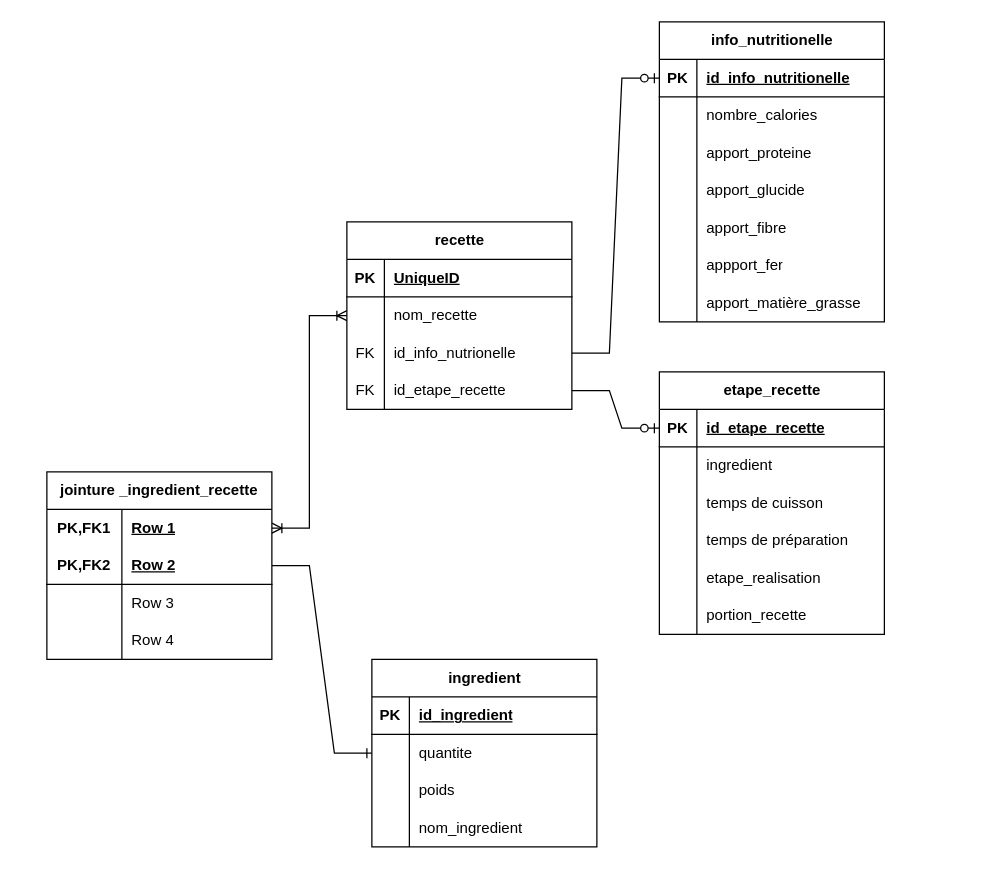
Above: Diagramme sans nom.drawio in franck-code/tests (draw.io), before the change. Source tidied: cells renumbered, new cells numbered last; positions are measured from the earlier drawing's top-left corner, leaving out a move shared by most shapes. Both pictures are drawn from the tidied source at 125%, with x=0, y=0 at pixel (46, 21).
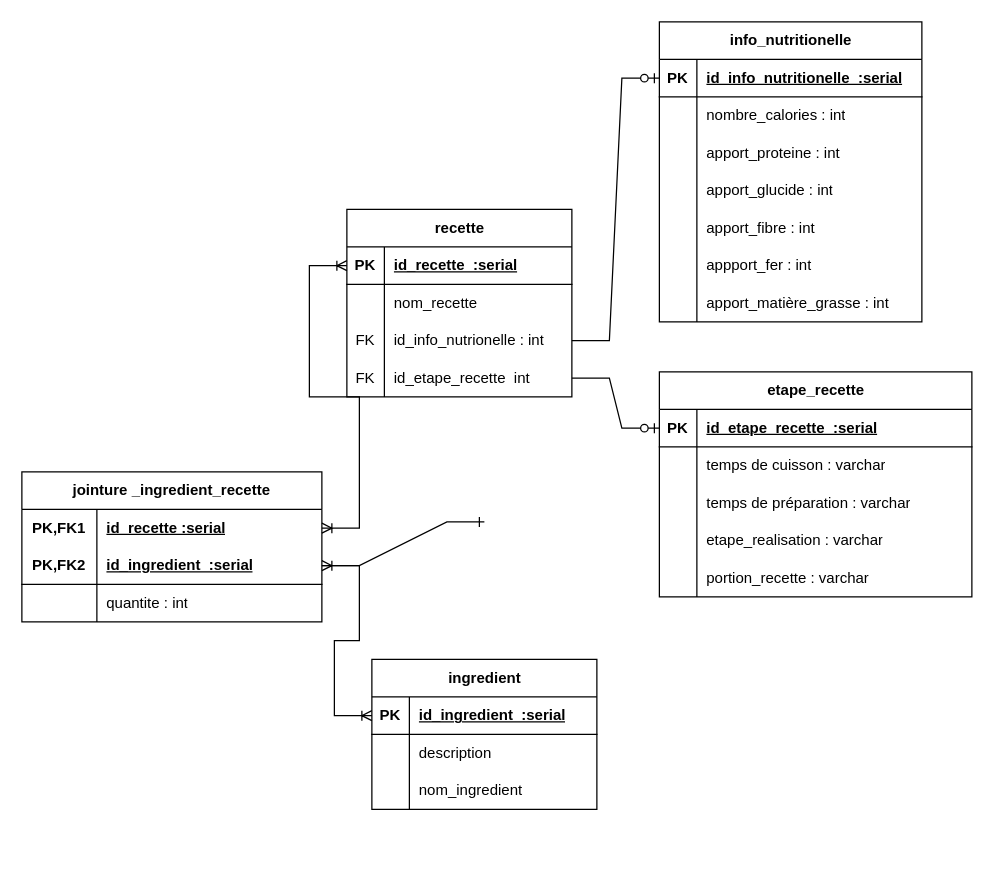
After the change.

Commit message:
Mettre à jour Diagramme sans nom.drawio

Unchanged cells that the change refers to:
```xml
<mxCell id="3" style="shape=tableRow;horizontal=0;startSize=0;swimlaneHead=0;swimlaneBody=0;fillColor=none;points=[[0,0.5],[1,0.5]];portConstraint=eastwest;top=0;left=0;right=0;bottom=1;" parent="2" vertex="1">
  <mxGeometry y="30" width="180" height="30" as="geometry" />
</mxCell>
<mxCell id="6" style="shape=tableRow;horizontal=0;startSize=0;swimlaneHead=0;swimlaneBody=0;fillColor=none;points=[[0,0.5],[1,0.5]];portConstraint=eastwest;top=0;left=0;right=0;bottom=0;" parent="2" vertex="1">
  <mxGeometry y="60" width="180" height="30" as="geometry" />
</mxCell>
<mxCell id="9" style="shape=tableRow;horizontal=0;startSize=0;swimlaneHead=0;swimlaneBody=0;fillColor=none;points=[[0,0.5],[1,0.5]];portConstraint=eastwest;top=0;left=0;right=0;bottom=0;" parent="2" vertex="1">
  <mxGeometry y="90" width="180" height="30" as="geometry" />
</mxCell>
<mxCell id="12" style="shape=tableRow;horizontal=0;startSize=0;swimlaneHead=0;swimlaneBody=0;fillColor=none;points=[[0,0.5],[1,0.5]];portConstraint=eastwest;top=0;left=0;right=0;bottom=0;" parent="2" vertex="1">
  <mxGeometry y="120" width="180" height="30" as="geometry" />
</mxCell>
<mxCell id="38" style="shape=tableRow;horizontal=0;startSize=0;swimlaneHead=0;swimlaneBody=0;fillColor=none;points=[[0,0.5],[1,0.5]];portConstraint=eastwest;top=0;left=0;right=0;bottom=1;" parent="37" vertex="1">
  <mxGeometry y="30" width="180" height="30" as="geometry" />
</mxCell>
```

Change to the diagram source:
```diff
@@
     <mxCell id="2" value="recette" style="shape=table;startSize=30;childLayout=tableLayout;rowLines=0;fontStyle=1;align=center;html=1;" parent="1" vertex="1">
-      <mxGeometry x="240" y="160" width="180" height="150" as="geometry" />
+      <mxGeometry x="240" y="150" width="180" height="150" as="geometry" />
     </mxCell>
@@
-    <mxCell id="5" value="UniqueID" style="shape=partialRectangle;fillColor=none;top=0;left=0;bottom=0;right=0;align=left;spacingLeft=6;fontStyle=5;overflow=hidden;whiteSpace=wrap;html=1;" parent="3" vertex="1">
+    <mxCell id="5" value="id_recette&amp;nbsp;&amp;nbsp;:serial" style="shape=partialRectangle;fillColor=none;top=0;left=0;bottom=0;right=0;align=left;spacingLeft=6;fontStyle=5;overflow=hidden;whiteSpace=wrap;html=1;" parent="3" vertex="1">
       <mxGeometry x="30" width="150" height="30" as="geometry" />
     </mxCell>
@@
-    <mxCell id="11" value="id_info_nutrionelle" style="shape=partialRectangle;fillColor=none;top=0;left=0;bottom=0;right=0;align=left;spacingLeft=6;overflow=hidden;whiteSpace=wrap;html=1;" parent="9" vertex="1">
+    <mxCell id="11" value="id_info_nutrionelle : int" style="shape=partialRectangle;fillColor=none;top=0;left=0;bottom=0;right=0;align=left;spacingLeft=6;overflow=hidden;whiteSpace=wrap;html=1;" parent="9" vertex="1">
       <mxGeometry x="30" width="150" height="30" as="geometry" />
     </mxCell>
@@
-    <mxCell id="14" value="id_etape_recette" style="shape=partialRectangle;fillColor=none;top=0;left=0;bottom=0;right=0;align=left;spacingLeft=6;overflow=hidden;whiteSpace=wrap;html=1;" parent="12" vertex="1">
+    <mxCell id="14" value="id_etape_recette&amp;nbsp; int" style="shape=partialRectangle;fillColor=none;top=0;left=0;bottom=0;right=0;align=left;spacingLeft=6;overflow=hidden;whiteSpace=wrap;html=1;" parent="12" vertex="1">
       <mxGeometry x="30" width="150" height="30" as="geometry" />
     </mxCell>
     <mxCell id="15" value="info_nutritionelle" style="shape=table;startSize=30;childLayout=tableLayout;rowLines=0;fontStyle=1;align=center;html=1;" parent="1" vertex="1">
-      <mxGeometry x="490" width="180" height="240" as="geometry" />
+      <mxGeometry x="490" width="210" height="240" as="geometry" />
     </mxCell>
     <mxCell id="16" style="shape=tableRow;horizontal=0;startSize=0;swimlaneHead=0;swimlaneBody=0;fillColor=none;points=[[0,0.5],[1,0.5]];portConstraint=eastwest;top=0;left=0;right=0;bottom=1;" parent="15" vertex="1">
-      <mxGeometry y="30" width="180" height="30" as="geometry" />
+      <mxGeometry y="30" width="210" height="30" as="geometry" />
     </mxCell>
@@
-    <mxCell id="18" value="id_info_nutritionelle" style="shape=partialRectangle;fillColor=none;top=0;left=0;bottom=0;right=0;align=left;spacingLeft=6;fontStyle=5;overflow=hidden;whiteSpace=wrap;html=1;" parent="16" vertex="1">
-      <mxGeometry x="30" width="150" height="30" as="geometry" />
+    <mxCell id="18" value="id_info_nutritionelle&amp;nbsp;&amp;nbsp;:serial" style="shape=partialRectangle;fillColor=none;top=0;left=0;bottom=0;right=0;align=left;spacingLeft=6;fontStyle=5;overflow=hidden;whiteSpace=wrap;html=1;" parent="16" vertex="1">
+      <mxGeometry x="30" width="180" height="30" as="geometry" />
     </mxCell>
     <mxCell id="19" style="shape=tableRow;horizontal=0;startSize=0;swimlaneHead=0;swimlaneBody=0;fillColor=none;top=0;left=0;right=0;bottom=0;" parent="15" vertex="1">
-      <mxGeometry y="60" width="180" height="30" as="geometry" />
+      <mxGeometry y="60" width="210" height="30" as="geometry" />
     </mxCell>
@@
-    <mxCell id="21" value="nombre_calories" style="shape=partialRectangle;fillColor=none;top=0;left=0;bottom=0;right=0;align=left;spacingLeft=6;overflow=hidden;whiteSpace=wrap;html=1;" parent="19" vertex="1">
-      <mxGeometry x="30" width="150" height="30" as="geometry" />
+    <mxCell id="21" value="nombre_calories : int" style="shape=partialRectangle;fillColor=none;top=0;left=0;bottom=0;right=0;align=left;spacingLeft=6;overflow=hidden;whiteSpace=wrap;html=1;" parent="19" vertex="1">
+      <mxGeometry x="30" width="180" height="30" as="geometry" />
     </mxCell>
     <mxCell id="22" style="shape=tableRow;horizontal=0;startSize=0;swimlaneHead=0;swimlaneBody=0;fillColor=none;top=0;left=0;right=0;bottom=0;" parent="15" vertex="1">
-      <mxGeometry y="90" width="180" height="30" as="geometry" />
+      <mxGeometry y="90" width="210" height="30" as="geometry" />
     </mxCell>
@@
-    <mxCell id="24" value="apport_proteine" style="shape=partialRectangle;fillColor=none;top=0;left=0;bottom=0;right=0;align=left;spacingLeft=6;overflow=hidden;whiteSpace=wrap;html=1;" parent="22" vertex="1">
-      <mxGeometry x="30" width="150" height="30" as="geometry" />
+    <mxCell id="24" value="apport_proteine : int" style="shape=partialRectangle;fillColor=none;top=0;left=0;bottom=0;right=0;align=left;spacingLeft=6;overflow=hidden;whiteSpace=wrap;html=1;" parent="22" vertex="1">
+      <mxGeometry x="30" width="180" height="30" as="geometry" />
     </mxCell>
     <mxCell id="25" style="shape=tableRow;horizontal=0;startSize=0;swimlaneHead=0;swimlaneBody=0;fillColor=none;top=0;left=0;right=0;bottom=0;" parent="15" vertex="1">
-      <mxGeometry y="120" width="180" height="30" as="geometry" />
+      <mxGeometry y="120" width="210" height="30" as="geometry" />
     </mxCell>
@@
-    <mxCell id="27" value="apport_glucide" style="shape=partialRectangle;fillColor=none;top=0;left=0;bottom=0;right=0;align=left;spacingLeft=6;overflow=hidden;whiteSpace=wrap;html=1;" parent="25" vertex="1">
-      <mxGeometry x="30" width="150" height="30" as="geometry" />
+    <mxCell id="27" value="apport_glucide : int" style="shape=partialRectangle;fillColor=none;top=0;left=0;bottom=0;right=0;align=left;spacingLeft=6;overflow=hidden;whiteSpace=wrap;html=1;" parent="25" vertex="1">
+      <mxGeometry x="30" width="180" height="30" as="geometry" />
     </mxCell>
     <mxCell id="28" style="shape=tableRow;horizontal=0;startSize=0;swimlaneHead=0;swimlaneBody=0;fillColor=none;top=0;left=0;right=0;bottom=0;" parent="15" vertex="1">
-      <mxGeometry y="150" width="180" height="30" as="geometry" />
+      <mxGeometry y="150" width="210" height="30" as="geometry" />
     </mxCell>
@@
-    <mxCell id="30" value="apport_fibre" style="shape=partialRectangle;fillColor=none;top=0;left=0;bottom=0;right=0;align=left;spacingLeft=6;overflow=hidden;whiteSpace=wrap;html=1;" parent="28" vertex="1">
-      <mxGeometry x="30" width="150" height="30" as="geometry" />
+    <mxCell id="30" value="apport_fibre : int" style="shape=partialRectangle;fillColor=none;top=0;left=0;bottom=0;right=0;align=left;spacingLeft=6;overflow=hidden;whiteSpace=wrap;html=1;" parent="28" vertex="1">
+      <mxGeometry x="30" width="180" height="30" as="geometry" />
     </mxCell>
     <mxCell id="31" style="shape=tableRow;horizontal=0;startSize=0;swimlaneHead=0;swimlaneBody=0;fillColor=none;top=0;left=0;right=0;bottom=0;" parent="15" vertex="1">
-      <mxGeometry y="180" width="180" height="30" as="geometry" />
+      <mxGeometry y="180" width="210" height="30" as="geometry" />
     </mxCell>
@@
-    <mxCell id="33" value="appport_fer" style="shape=partialRectangle;fillColor=none;top=0;left=0;bottom=0;right=0;align=left;spacingLeft=6;overflow=hidden;whiteSpace=wrap;html=1;" parent="31" vertex="1">
-      <mxGeometry x="30" width="150" height="30" as="geometry" />
+    <mxCell id="33" value="appport_fer : int" style="shape=partialRectangle;fillColor=none;top=0;left=0;bottom=0;right=0;align=left;spacingLeft=6;overflow=hidden;whiteSpace=wrap;html=1;" parent="31" vertex="1">
+      <mxGeometry x="30" width="180" height="30" as="geometry" />
     </mxCell>
     <mxCell id="34" style="shape=tableRow;horizontal=0;startSize=0;swimlaneHead=0;swimlaneBody=0;fillColor=none;top=0;left=0;right=0;bottom=0;" parent="15" vertex="1">
-      <mxGeometry y="210" width="180" height="30" as="geometry" />
+      <mxGeometry y="210" width="210" height="30" as="geometry" />
     </mxCell>
@@
-    <mxCell id="36" value="apport_matière_grasse" style="shape=partialRectangle;fillColor=none;top=0;left=0;bottom=0;right=0;align=left;spacingLeft=6;overflow=hidden;whiteSpace=wrap;html=1;" parent="34" vertex="1">
-      <mxGeometry x="30" width="150" height="30" as="geometry" />
+    <mxCell id="36" value="apport_matière_grasse : int" style="shape=partialRectangle;fillColor=none;top=0;left=0;bottom=0;right=0;align=left;spacingLeft=6;overflow=hidden;whiteSpace=wrap;html=1;" parent="34" vertex="1">
+      <mxGeometry x="30" width="180" height="30" as="geometry" />
     </mxCell>
     <mxCell id="37" value="ingredient" style="shape=table;startSize=30;childLayout=tableLayout;rowLines=0;fontStyle=1;align=center;html=1;" parent="1" vertex="1">
-      <mxGeometry x="260" y="510" width="180" height="150" as="geometry" />
+      <mxGeometry x="260" y="510" width="180" height="120" as="geometry" />
     </mxCell>
@@
-    <mxCell id="40" value="id_ingredient" style="shape=partialRectangle;fillColor=none;top=0;left=0;bottom=0;right=0;align=left;spacingLeft=6;fontStyle=5;overflow=hidden;whiteSpace=wrap;html=1;" parent="38" vertex="1">
+    <mxCell id="40" value="id_ingredient&amp;nbsp;&amp;nbsp;:serial" style="shape=partialRectangle;fillColor=none;top=0;left=0;bottom=0;right=0;align=left;spacingLeft=6;fontStyle=5;overflow=hidden;whiteSpace=wrap;html=1;" parent="38" vertex="1">
       <mxGeometry x="30" width="150" height="30" as="geometry" />
     </mxCell>
-    <mxCell id="41" style="shape=tableRow;horizontal=0;startSize=0;swimlaneHead=0;swimlaneBody=0;fillColor=none;points=[[0,0.5],[1,0.5]];portConstraint=eastwest;top=0;left=0;right=0;bottom=0;" parent="37" vertex="1">
-      <mxGeometry y="60" width="180" height="30" as="geometry" />
-    </mxCell>
-    <mxCell id="42" style="shape=partialRectangle;fillColor=none;top=0;left=0;bottom=0;right=0;overflow=hidden;whiteSpace=wrap;html=1;" parent="41" vertex="1">
-      <mxGeometry width="30" height="30" as="geometry" />
-    </mxCell>
-    <mxCell id="43" value="quantite" style="shape=partialRectangle;fillColor=none;top=0;left=0;bottom=0;right=0;align=left;spacingLeft=6;overflow=hidden;whiteSpace=wrap;html=1;" parent="41" vertex="1">
-      <mxGeometry x="30" width="150" height="30" as="geometry" />
-    </mxCell>
     <mxCell id="44" style="shape=tableRow;horizontal=0;startSize=0;swimlaneHead=0;swimlaneBody=0;fillColor=none;top=0;left=0;right=0;bottom=0;" parent="37" vertex="1">
-      <mxGeometry y="90" width="180" height="30" as="geometry" />
+      <mxGeometry y="60" width="180" height="30" as="geometry" />
     </mxCell>
@@
-    <mxCell id="46" value="poids" style="shape=partialRectangle;fillColor=none;top=0;left=0;bottom=0;right=0;align=left;spacingLeft=6;overflow=hidden;whiteSpace=wrap;html=1;" parent="44" vertex="1">
+    <mxCell id="46" value="description" style="shape=partialRectangle;fillColor=none;top=0;left=0;bottom=0;right=0;align=left;spacingLeft=6;overflow=hidden;whiteSpace=wrap;html=1;" parent="44" vertex="1">
       <mxGeometry x="30" width="150" height="30" as="geometry" />
     </mxCell>
     <mxCell id="47" style="shape=tableRow;horizontal=0;startSize=0;swimlaneHead=0;swimlaneBody=0;fillColor=none;top=0;left=0;right=0;bottom=0;" parent="37" vertex="1">
-      <mxGeometry y="120" width="180" height="30" as="geometry" />
+      <mxGeometry y="90" width="180" height="30" as="geometry" />
     </mxCell>
@@
     <mxCell id="50" value="etape_recette" style="shape=table;startSize=30;childLayout=tableLayout;rowLines=0;fontStyle=1;align=center;html=1;" parent="1" vertex="1">
-      <mxGeometry x="490" y="280" width="180" height="210" as="geometry" />
+      <mxGeometry x="490" y="280" width="250" height="180" as="geometry" />
     </mxCell>
     <mxCell id="51" style="shape=tableRow;horizontal=0;startSize=0;swimlaneHead=0;swimlaneBody=0;fillColor=none;points=[[0,0.5],[1,0.5]];portConstraint=eastwest;top=0;left=0;right=0;bottom=1;" parent="50" vertex="1">
-      <mxGeometry y="30" width="180" height="30" as="geometry" />
+      <mxGeometry y="30" width="250" height="30" as="geometry" />
     </mxCell>
@@
-    <mxCell id="53" value="id_etape_recette" style="shape=partialRectangle;fillColor=none;top=0;left=0;bottom=0;right=0;align=left;spacingLeft=6;fontStyle=5;overflow=hidden;whiteSpace=wrap;html=1;" parent="51" vertex="1">
-      <mxGeometry x="30" width="150" height="30" as="geometry" />
+    <mxCell id="53" value="id_etape_recette&amp;nbsp;&amp;nbsp;:serial" style="shape=partialRectangle;fillColor=none;top=0;left=0;bottom=0;right=0;align=left;spacingLeft=6;fontStyle=5;overflow=hidden;whiteSpace=wrap;html=1;" parent="51" vertex="1">
+      <mxGeometry x="30" width="220" height="30" as="geometry" />
     </mxCell>
-    <mxCell id="54" style="shape=tableRow;horizontal=0;startSize=0;swimlaneHead=0;swimlaneBody=0;fillColor=none;top=0;left=0;right=0;bottom=0;" parent="50" vertex="1">
-      <mxGeometry y="60" width="180" height="30" as="geometry" />
-    </mxCell>
-    <mxCell id="55" style="shape=partialRectangle;fillColor=none;top=0;left=0;bottom=0;right=0;overflow=hidden;whiteSpace=wrap;html=1;" parent="54" vertex="1">
-      <mxGeometry width="30" height="30" as="geometry" />
-    </mxCell>
-    <mxCell id="56" value="ingredient" style="shape=partialRectangle;fillColor=none;top=0;left=0;bottom=0;right=0;align=left;spacingLeft=6;overflow=hidden;whiteSpace=wrap;html=1;" parent="54" vertex="1">
-      <mxGeometry x="30" width="150" height="30" as="geometry" />
-    </mxCell>
     <mxCell id="57" style="shape=tableRow;horizontal=0;startSize=0;swimlaneHead=0;swimlaneBody=0;fillColor=none;top=0;left=0;right=0;bottom=0;" parent="50" vertex="1">
-      <mxGeometry y="90" width="180" height="30" as="geometry" />
+      <mxGeometry y="60" width="250" height="30" as="geometry" />
     </mxCell>
@@
-    <mxCell id="59" value="temps de cuisson" style="shape=partialRectangle;fillColor=none;top=0;left=0;bottom=0;right=0;align=left;spacingLeft=6;overflow=hidden;whiteSpace=wrap;html=1;" parent="57" vertex="1">
-      <mxGeometry x="30" width="150" height="30" as="geometry" />
+    <mxCell id="59" value="temps de cuisson : varchar" style="shape=partialRectangle;fillColor=none;top=0;left=0;bottom=0;right=0;align=left;spacingLeft=6;overflow=hidden;whiteSpace=wrap;html=1;" parent="57" vertex="1">
+      <mxGeometry x="30" width="220" height="30" as="geometry" />
     </mxCell>
     <mxCell id="60" style="shape=tableRow;horizontal=0;startSize=0;swimlaneHead=0;swimlaneBody=0;fillColor=none;top=0;left=0;right=0;bottom=0;" parent="50" vertex="1">
-      <mxGeometry y="120" width="180" height="30" as="geometry" />
+      <mxGeometry y="90" width="250" height="30" as="geometry" />
     </mxCell>
@@
-    <mxCell id="62" value="temps de préparation" style="shape=partialRectangle;fillColor=none;top=0;left=0;bottom=0;right=0;align=left;spacingLeft=6;overflow=hidden;whiteSpace=wrap;html=1;" parent="60" vertex="1">
-      <mxGeometry x="30" width="150" height="30" as="geometry" />
+    <mxCell id="62" value="temps de préparation : varchar" style="shape=partialRectangle;fillColor=none;top=0;left=0;bottom=0;right=0;align=left;spacingLeft=6;overflow=hidden;whiteSpace=wrap;html=1;" parent="60" vertex="1">
+      <mxGeometry x="30" width="220" height="30" as="geometry" />
     </mxCell>
     <mxCell id="63" style="shape=tableRow;horizontal=0;startSize=0;swimlaneHead=0;swimlaneBody=0;fillColor=none;top=0;left=0;right=0;bottom=0;" parent="50" vertex="1">
-      <mxGeometry y="150" width="180" height="30" as="geometry" />
+      <mxGeometry y="120" width="250" height="30" as="geometry" />
     </mxCell>
@@
-    <mxCell id="65" value="etape_realisation" style="shape=partialRectangle;fillColor=none;top=0;left=0;bottom=0;right=0;align=left;spacingLeft=6;overflow=hidden;whiteSpace=wrap;html=1;" parent="63" vertex="1">
-      <mxGeometry x="30" width="150" height="30" as="geometry" />
+    <mxCell id="65" value="etape_realisation : varchar" style="shape=partialRectangle;fillColor=none;top=0;left=0;bottom=0;right=0;align=left;spacingLeft=6;overflow=hidden;whiteSpace=wrap;html=1;" parent="63" vertex="1">
+      <mxGeometry x="30" width="220" height="30" as="geometry" />
     </mxCell>
     <mxCell id="66" style="shape=tableRow;horizontal=0;startSize=0;swimlaneHead=0;swimlaneBody=0;fillColor=none;top=0;left=0;right=0;bottom=0;" parent="50" vertex="1">
-      <mxGeometry y="180" width="180" height="30" as="geometry" />
+      <mxGeometry y="150" width="250" height="30" as="geometry" />
     </mxCell>
@@
-    <mxCell id="68" value="portion_recette" style="shape=partialRectangle;fillColor=none;top=0;left=0;bottom=0;right=0;align=left;spacingLeft=6;overflow=hidden;whiteSpace=wrap;html=1;" parent="66" vertex="1">
-      <mxGeometry x="30" width="150" height="30" as="geometry" />
+    <mxCell id="68" value="portion_recette : varchar" style="shape=partialRectangle;fillColor=none;top=0;left=0;bottom=0;right=0;align=left;spacingLeft=6;overflow=hidden;whiteSpace=wrap;html=1;" parent="66" vertex="1">
+      <mxGeometry x="30" width="220" height="30" as="geometry" />
     </mxCell>
@@
+    <mxCell id="84" style="edgeStyle=entityRelationEdgeStyle;fontSize=12;html=1;endArrow=ERoneToMany;startArrow=ERoneToMany;rounded=0;entryX=0;entryY=0.5;entryDx=0;entryDy=0;exitX=1;exitY=0.5;exitDx=0;exitDy=0;" parent="1" edge="1" source="72" target="3">
+      <mxGeometry relative="1" as="geometry" />
+    </mxCell>
+    <mxCell id="85" style="edgeStyle=entityRelationEdgeStyle;fontSize=12;html=1;endArrow=ERone;endFill=1;rounded=0;exitX=1;exitY=0.5;exitDx=0;exitDy=0;entryX=0;entryY=0.5;entryDx=0;entryDy=0;" parent="1" edge="1" source="75">
+      <mxGeometry relative="1" as="geometry">
+        <mxPoint x="350" y="400" as="targetPoint" />
+      </mxGeometry>
+    </mxCell>
+    <mxCell id="86" style="edgeStyle=entityRelationEdgeStyle;fontSize=12;html=1;endArrow=ERoneToMany;startArrow=ERoneToMany;rounded=0;entryX=1;entryY=0.5;entryDx=0;entryDy=0;exitX=0;exitY=0.5;exitDx=0;exitDy=0;" parent="1" edge="1" source="38" target="75">
+      <mxGeometry relative="1" as="geometry" />
+    </mxCell>
     <mxCell id="71" value="jointure _ingredient_recette" style="shape=table;startSize=30;childLayout=tableLayout;rowLines=0;fontStyle=1;align=center;html=1;whiteSpace=wrap;" parent="1" vertex="1">
-      <mxGeometry y="360" width="180" height="150" as="geometry" />
+      <mxGeometry x="-20" y="360" width="240" height="120" as="geometry" />
     </mxCell>
     <mxCell id="72" style="shape=tableRow;horizontal=0;startSize=0;swimlaneHead=0;swimlaneBody=0;fillColor=none;points=[[0,0.5],[1,0.5]];portConstraint=eastwest;top=0;left=0;right=0;bottom=0;html=1;" parent="71" vertex="1">
-      <mxGeometry y="30" width="180" height="30" as="geometry" />
+      <mxGeometry y="30" width="240" height="30" as="geometry" />
     </mxCell>
@@
-    <mxCell id="74" value="Row 1" style="shape=partialRectangle;fillColor=none;top=0;left=0;bottom=0;right=0;align=left;spacingLeft=6;fontStyle=5;overflow=hidden;html=1;whiteSpace=wrap;" parent="72" vertex="1">
-      <mxGeometry x="60" width="120" height="30" as="geometry" />
+    <mxCell id="74" value="id_recette :serial" style="shape=partialRectangle;fillColor=none;top=0;left=0;bottom=0;right=0;align=left;spacingLeft=6;fontStyle=5;overflow=hidden;html=1;whiteSpace=wrap;" parent="72" vertex="1">
+      <mxGeometry x="60" width="180" height="30" as="geometry" />
     </mxCell>
     <mxCell id="75" style="shape=tableRow;horizontal=0;startSize=0;swimlaneHead=0;swimlaneBody=0;fillColor=none;points=[[0,0.5],[1,0.5]];portConstraint=eastwest;top=0;left=0;right=0;bottom=1;html=1;" parent="71" vertex="1">
-      <mxGeometry y="60" width="180" height="30" as="geometry" />
+      <mxGeometry y="60" width="240" height="30" as="geometry" />
     </mxCell>
@@
-    <mxCell id="77" value="Row 2" style="shape=partialRectangle;fillColor=none;top=0;left=0;bottom=0;right=0;align=left;spacingLeft=6;fontStyle=5;overflow=hidden;html=1;whiteSpace=wrap;" parent="75" vertex="1">
-      <mxGeometry x="60" width="120" height="30" as="geometry" />
+    <mxCell id="77" value="id_ingredient&amp;nbsp;&amp;nbsp;:serial" style="shape=partialRectangle;fillColor=none;top=0;left=0;bottom=0;right=0;align=left;spacingLeft=6;fontStyle=5;overflow=hidden;html=1;whiteSpace=wrap;" parent="75" vertex="1">
+      <mxGeometry x="60" width="180" height="30" as="geometry" />
     </mxCell>
     <mxCell id="78" style="shape=tableRow;horizontal=0;startSize=0;swimlaneHead=0;swimlaneBody=0;fillColor=none;top=0;left=0;right=0;bottom=0;html=1;" parent="71" vertex="1">
-      <mxGeometry y="90" width="180" height="30" as="geometry" />
+      <mxGeometry y="90" width="240" height="30" as="geometry" />
     </mxCell>
@@
-    <mxCell id="80" value="Row 3" style="shape=partialRectangle;fillColor=none;top=0;left=0;bottom=0;right=0;align=left;spacingLeft=6;overflow=hidden;html=1;whiteSpace=wrap;" parent="78" vertex="1">
-      <mxGeometry x="60" width="120" height="30" as="geometry" />
+    <mxCell id="80" value="quantite : int" style="shape=partialRectangle;fillColor=none;top=0;left=0;bottom=0;right=0;align=left;spacingLeft=6;overflow=hidden;html=1;whiteSpace=wrap;" parent="78" vertex="1">
+      <mxGeometry x="60" width="180" height="30" as="geometry" />
     </mxCell>
-    <mxCell id="81" style="shape=tableRow;horizontal=0;startSize=0;swimlaneHead=0;swimlaneBody=0;fillColor=none;top=0;left=0;right=0;bottom=0;html=1;" parent="71" vertex="1">
-      <mxGeometry y="120" width="180" height="30" as="geometry" />
-    </mxCell>
-    <mxCell id="82" style="shape=partialRectangle;fillColor=none;top=0;left=0;bottom=0;right=0;overflow=hidden;html=1;whiteSpace=wrap;" parent="81" vertex="1">
-      <mxGeometry width="60" height="30" as="geometry" />
-    </mxCell>
-    <mxCell id="83" value="Row 4" style="shape=partialRectangle;fillColor=none;top=0;left=0;bottom=0;right=0;align=left;spacingLeft=6;overflow=hidden;html=1;whiteSpace=wrap;" parent="81" vertex="1">
-      <mxGeometry x="60" width="120" height="30" as="geometry" />
-    </mxCell>
-    <mxCell id="84" style="edgeStyle=entityRelationEdgeStyle;fontSize=12;html=1;endArrow=ERoneToMany;startArrow=ERoneToMany;rounded=0;entryX=0;entryY=0.5;entryDx=0;entryDy=0;exitX=1;exitY=0.5;exitDx=0;exitDy=0;" parent="1" edge="1" source="72" target="6">
-      <mxGeometry relative="1" as="geometry" />
-    </mxCell>
-    <mxCell id="85" style="edgeStyle=entityRelationEdgeStyle;fontSize=12;html=1;endArrow=ERone;endFill=1;rounded=0;exitX=1;exitY=0.5;exitDx=0;exitDy=0;entryX=0;entryY=0.5;entryDx=0;entryDy=0;" parent="1" edge="1" source="75" target="41">
-      <mxGeometry relative="1" as="geometry" />
-    </mxCell>
```
